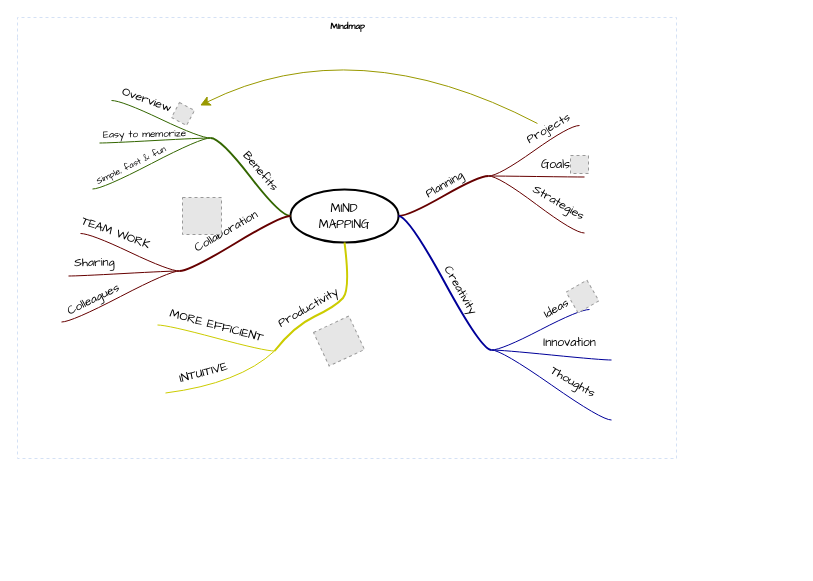
Earlier version of the draw.io diagram 未命名绘图.drawio (McAaronY/my_talent). Source tidied: cells renumbered, new cells numbered last; positions are measured from the earlier drawing's top-left corner, leaving out a move shared by most shapes. Both pictures are drawn from the tidied source at 100%, with x=0, y=0 at pixel (17, 17). Pictures stored in the file or linked from it are replaced by grey dashed boxes.
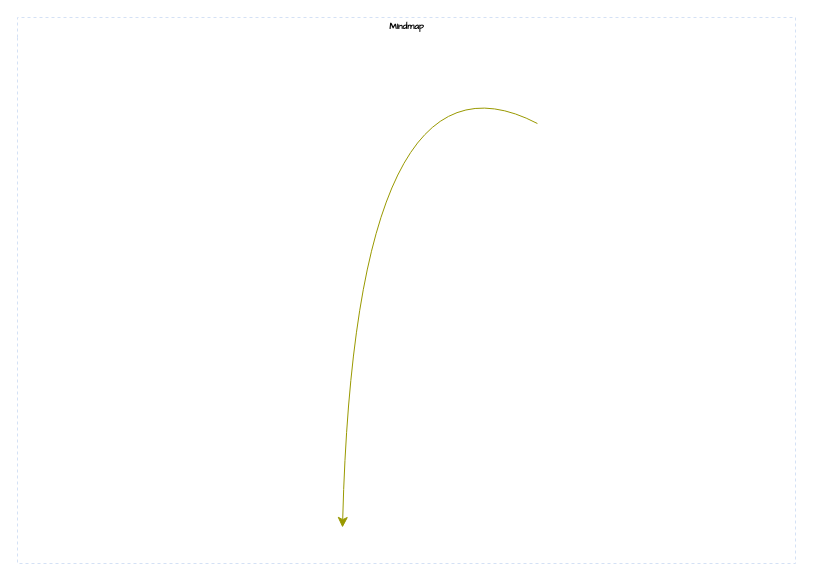
After the change.

The edit, as a diff of the source:
```diff
@@
     <mxCell id="2" value="Mindmap" style="swimlane;html=1;startSize=20;horizontal=1;containerType=tree;labelBackgroundColor=none;strokeColor=#D4E1F5;strokeWidth=1;fillColor=none;fontFamily=Comic Sans MS;fontSize=9;swimlaneLine=0;dashed=1;" parent="1" vertex="1">
-      <mxGeometry width="659" height="441" as="geometry" />
+      <mxGeometry width="778" height="546" as="geometry" />
     </mxCell>
-    <mxCell id="3" value="&lt;font face=&quot;Comic Sans MS&quot;&gt;MIND&lt;br&gt;MAPPING&lt;/font&gt;" style="ellipse;whiteSpace=wrap;html=1;align=center;strokeWidth=2;" parent="2" vertex="1">
-      <mxGeometry x="273" y="172" width="108" height="53" as="geometry" />
-    </mxCell>
-    <mxCell id="4" style="whiteSpace=wrap;html=1;rounded=1;arcSize=50;align=center;verticalAlign=middle;strokeWidth=1;spacing=4;" parent="2" vertex="1">
-      <mxGeometry x="471" y="158" height="1" as="geometry" />
-    </mxCell>
-    <mxCell id="5" style="edgeStyle=entityRelationEdgeStyle;startArrow=none;endArrow=none;segment=10;curved=1;strokeWidth=2;strokeColor=#660000;rounded=0;fontSize=12;startSize=8;endSize=8;" parent="2" edge="1" source="3" target="4">
-      <mxGeometry relative="1" as="geometry" />
-    </mxCell>
-    <mxCell id="6" value="Planning" style="text;html=1;align=center;verticalAlign=middle;labelBackgroundColor=none;rotation=-30;fontFamily=Comic Sans MS;" parent="5" vertex="1">
-      <mxGeometry x="0.02" y="2" relative="1" as="geometry">
-        <mxPoint x="1" y="-9" as="offset" />
-      </mxGeometry>
-    </mxCell>
-    <mxCell id="7" style="whiteSpace=wrap;html=1;rounded=1;arcSize=50;align=center;verticalAlign=middle;strokeWidth=1;spacing=4;" parent="2" vertex="1" collapsed="1">
-      <mxGeometry x="562" y="108" width="5" as="geometry" />
-    </mxCell>
-    <mxCell id="8" style="edgeStyle=entityRelationEdgeStyle;startArrow=none;endArrow=none;segment=10;curved=1;strokeColor=#660000;rounded=0;fontSize=12;startSize=8;endSize=8;" parent="2" edge="1" source="4" target="7">
-      <mxGeometry relative="1" as="geometry" />
-    </mxCell>
-    <mxCell id="9" value="Projects" style="text;html=1;points=[];align=center;verticalAlign=middle;labelBackgroundColor=none;fontFamily=Comic Sans MS;rotation=-30;" parent="8" vertex="1">
-      <mxGeometry x="0.26" relative="1" as="geometry">
-        <mxPoint x="3" y="-14" as="offset" />
-      </mxGeometry>
-    </mxCell>
-    <mxCell id="10" style="whiteSpace=wrap;html=1;rounded=1;arcSize=50;align=center;verticalAlign=middle;strokeWidth=1;spacing=4;" parent="2" vertex="1">
-      <mxGeometry x="567" y="159" height="1" as="geometry" />
-    </mxCell>
-    <mxCell id="11" style="edgeStyle=entityRelationEdgeStyle;startArrow=none;endArrow=none;segment=10;curved=1;strokeColor=#660000;rounded=0;fontSize=12;startSize=8;endSize=8;" parent="2" edge="1" source="4" target="10">
-      <mxGeometry relative="1" as="geometry" />
-    </mxCell>
-    <mxCell id="12" value="Goals" style="text;html=1;align=center;verticalAlign=middle;labelBackgroundColor=none;fontFamily=Comic Sans MS;rotation=0;" parent="11" vertex="1">
-      <mxGeometry x="-0.11" y="-1" relative="1" as="geometry">
-        <mxPoint x="24" y="-12" as="offset" />
-      </mxGeometry>
-    </mxCell>
-    <mxCell id="13" style="whiteSpace=wrap;html=1;rounded=1;arcSize=50;align=center;verticalAlign=middle;strokeWidth=1;spacing=4;" parent="2" vertex="1">
-      <mxGeometry x="567" y="215" height="1" as="geometry" />
-    </mxCell>
-    <mxCell id="14" style="edgeStyle=entityRelationEdgeStyle;startArrow=none;endArrow=none;segment=10;curved=1;strokeColor=#660000;rounded=0;fontSize=12;startSize=8;endSize=8;" parent="2" edge="1" source="4" target="13">
-      <mxGeometry relative="1" as="geometry" />
-    </mxCell>
-    <mxCell id="15" value="Strategies" style="text;html=1;align=center;verticalAlign=middle;labelBackgroundColor=none;fontFamily=Comic Sans MS;rotation=30;" parent="14" vertex="1">
-      <mxGeometry x="-0.11" y="-1" relative="1" as="geometry">
-        <mxPoint x="28" y="1" as="offset" />
-      </mxGeometry>
-    </mxCell>
-    <mxCell id="16" style="whiteSpace=wrap;html=1;rounded=1;arcSize=50;align=center;verticalAlign=middle;strokeWidth=1;spacing=4;" parent="2" vertex="1">
-      <mxGeometry x="474" y="332" height="1" as="geometry" />
-    </mxCell>
-    <mxCell id="17" style="edgeStyle=entityRelationEdgeStyle;startArrow=none;endArrow=none;segment=10;curved=1;strokeWidth=2;strokeColor=#000099;rounded=0;fontSize=12;startSize=8;endSize=8;" parent="2" edge="1" source="3" target="16">
-      <mxGeometry relative="1" as="geometry" />
-    </mxCell>
-    <mxCell id="18" value="Creativity" style="text;html=1;align=center;verticalAlign=middle;labelBackgroundColor=none;rotation=60;fontFamily=Comic Sans MS;" parent="17" vertex="1">
-      <mxGeometry x="0.02" y="2" relative="1" as="geometry">
-        <mxPoint x="13" y="6" as="offset" />
-      </mxGeometry>
-    </mxCell>
-    <mxCell id="19" style="whiteSpace=wrap;html=1;rounded=1;arcSize=50;align=center;verticalAlign=middle;strokeWidth=1;spacing=4;" parent="2" vertex="1">
-      <mxGeometry x="572" y="292" width="5" as="geometry" />
-    </mxCell>
-    <mxCell id="20" style="edgeStyle=entityRelationEdgeStyle;startArrow=none;endArrow=none;segment=10;curved=1;strokeColor=#000099;rounded=0;fontSize=12;startSize=8;endSize=8;" parent="2" edge="1" source="16" target="19">
-      <mxGeometry relative="1" as="geometry" />
-    </mxCell>
-    <mxCell id="21" value="Ideas" style="text;html=1;align=center;verticalAlign=middle;labelBackgroundColor=none;fontFamily=Comic Sans MS;rotation=-30;" parent="20" vertex="1">
-      <mxGeometry x="0.26" relative="1" as="geometry">
-        <mxPoint x="3" y="-14" as="offset" />
-      </mxGeometry>
-    </mxCell>
-    <mxCell id="22" style="whiteSpace=wrap;html=1;rounded=1;arcSize=50;align=center;verticalAlign=middle;strokeWidth=1;spacing=4;" parent="2" vertex="1">
-      <mxGeometry x="594" y="342" height="1" as="geometry" />
-    </mxCell>
-    <mxCell id="23" style="edgeStyle=entityRelationEdgeStyle;startArrow=none;endArrow=none;segment=10;curved=1;strokeColor=#000099;rounded=0;fontSize=12;startSize=8;endSize=8;" parent="2" edge="1" source="16" target="22">
-      <mxGeometry relative="1" as="geometry" />
-    </mxCell>
-    <mxCell id="24" value="Innovation" style="text;html=1;align=center;verticalAlign=middle;labelBackgroundColor=none;fontFamily=Comic Sans MS;rotation=0;" parent="23" vertex="1">
-      <mxGeometry x="-0.11" y="-1" relative="1" as="geometry">
-        <mxPoint x="24" y="-12" as="offset" />
-      </mxGeometry>
-    </mxCell>
-    <mxCell id="25" style="whiteSpace=wrap;html=1;rounded=1;arcSize=50;align=center;verticalAlign=middle;strokeWidth=1;spacing=4;" parent="2" vertex="1">
-      <mxGeometry x="594" y="402" height="1" as="geometry" />
-    </mxCell>
-    <mxCell id="26" style="edgeStyle=entityRelationEdgeStyle;startArrow=none;endArrow=none;segment=10;curved=1;strokeColor=#000099;rounded=0;fontSize=12;startSize=8;endSize=8;" parent="2" edge="1" source="16" target="25">
-      <mxGeometry relative="1" as="geometry" />
-    </mxCell>
-    <mxCell id="27" value="Thoughts" style="text;html=1;align=center;verticalAlign=middle;labelBackgroundColor=none;fontFamily=Comic Sans MS;rotation=30;" parent="26" vertex="1">
-      <mxGeometry x="-0.11" y="-1" relative="1" as="geometry">
-        <mxPoint x="28" y="1" as="offset" />
-      </mxGeometry>
-    </mxCell>
-    <mxCell id="28" style="fillColor=#E6E6E6;strokeColor=#999999;dashed=1;html=1;verticalAlign=top;verticalLabelPosition=bottom;labelBackgroundColor=#ffffff;fontFamily=Comic Sans MS;rotation=-30;" parent="2" vertex="1">
-      <mxGeometry x="553" y="267" width="24" height="24" as="geometry" />
-    </mxCell>
-    <mxCell id="29" style="edgeStyle=entityRelationEdgeStyle;jumpStyle=arc;html=1;endArrow=classicThin;endFill=1;jettySize=auto;strokeColor=none;strokeWidth=2;fontFamily=Comic Sans MS;rounded=0;fontSize=12;startSize=8;endSize=8;curved=1;" parent="2" edge="1" source="19" target="28">
-      <mxGeometry relative="1" as="geometry" />
-    </mxCell>
-    <mxCell id="30" style="fillColor=#E6E6E6;strokeColor=#999999;dashed=1;html=1;verticalAlign=top;verticalLabelPosition=bottom;labelBackgroundColor=#ffffff;fontFamily=Comic Sans MS;" parent="2" vertex="1">
-      <mxGeometry x="553" y="138" width="18" height="18" as="geometry" />
-    </mxCell>
-    <mxCell id="31" style="edgeStyle=entityRelationEdgeStyle;jumpStyle=arc;html=1;endArrow=classicThin;endFill=1;jettySize=auto;strokeColor=none;strokeWidth=2;fontFamily=Comic Sans MS;rounded=0;fontSize=12;startSize=8;endSize=8;curved=1;" parent="2" edge="1" source="10" target="30">
-      <mxGeometry relative="1" as="geometry" />
-    </mxCell>
-    <mxCell id="32" style="whiteSpace=wrap;html=1;rounded=1;arcSize=50;align=center;verticalAlign=middle;strokeWidth=1;spacing=4;" parent="2" vertex="1">
-      <mxGeometry x="193" y="120" height="1" as="geometry" />
-    </mxCell>
-    <mxCell id="33" style="edgeStyle=entityRelationEdgeStyle;startArrow=none;endArrow=none;segment=10;curved=1;strokeWidth=2;strokeColor=#336600;rounded=0;fontSize=12;startSize=8;endSize=8;" parent="2" edge="1" source="3" target="32">
-      <mxGeometry relative="1" as="geometry" />
-    </mxCell>
-    <mxCell id="34" value="Benefits" style="text;html=1;align=center;verticalAlign=middle;labelBackgroundColor=none;rotation=50;fontFamily=Comic Sans MS;" parent="33" vertex="1">
-      <mxGeometry x="0.02" y="2" relative="1" as="geometry">
-        <mxPoint x="12" y="-7" as="offset" />
-      </mxGeometry>
-    </mxCell>
-    <mxCell id="35" style="whiteSpace=wrap;html=1;rounded=1;arcSize=50;align=center;verticalAlign=middle;strokeWidth=1;spacing=4;" parent="2" vertex="1">
-      <mxGeometry x="75" y="171" height="1" as="geometry" />
-    </mxCell>
-    <mxCell id="36" style="edgeStyle=entityRelationEdgeStyle;startArrow=none;endArrow=none;segment=10;curved=1;strokeColor=#336600;rounded=0;fontSize=12;startSize=8;endSize=8;" parent="2" edge="1" source="32" target="35">
-      <mxGeometry relative="1" as="geometry" />
-    </mxCell>
-    <mxCell id="37" value="Simple, fast &amp;amp; fun" style="text;html=1;align=center;verticalAlign=middle;labelBackgroundColor=none;fontFamily=Comic Sans MS;rotation=-26;fontSize=9;" parent="36" vertex="1">
-      <mxGeometry x="-0.11" y="-1" relative="1" as="geometry">
-        <mxPoint x="-27" y="7" as="offset" />
-      </mxGeometry>
-    </mxCell>
-    <mxCell id="38" style="whiteSpace=wrap;html=1;rounded=1;arcSize=50;align=center;verticalAlign=middle;strokeWidth=1;spacing=4;" parent="2" vertex="1">
-      <mxGeometry x="82" y="125" height="1" as="geometry" />
-    </mxCell>
-    <mxCell id="39" style="edgeStyle=entityRelationEdgeStyle;startArrow=none;endArrow=none;segment=10;curved=1;strokeColor=#336600;rounded=0;fontSize=12;startSize=8;endSize=8;" parent="2" edge="1" source="32" target="38">
-      <mxGeometry relative="1" as="geometry" />
-    </mxCell>
-    <mxCell id="40" value="Easy to memorize" style="text;html=1;align=center;verticalAlign=middle;labelBackgroundColor=none;fontFamily=Comic Sans MS;rotation=-1;fontSize=10;" parent="39" vertex="1">
-      <mxGeometry x="-0.11" y="-1" relative="1" as="geometry">
-        <mxPoint x="-18" y="-6" as="offset" />
-      </mxGeometry>
-    </mxCell>
-    <mxCell id="41" style="whiteSpace=wrap;html=1;rounded=1;arcSize=50;align=center;verticalAlign=middle;strokeWidth=1;spacing=4;" parent="2" vertex="1" collapsed="1">
-      <mxGeometry x="89" y="83" width="5" as="geometry" />
-    </mxCell>
-    <mxCell id="42" style="edgeStyle=entityRelationEdgeStyle;startArrow=none;endArrow=none;segment=10;curved=1;strokeColor=#336600;rounded=0;fontSize=12;startSize=8;endSize=8;" parent="2" edge="1" source="32" target="41">
-      <mxGeometry relative="1" as="geometry" />
-    </mxCell>
-    <mxCell id="43" value="Overview" style="text;html=1;align=center;verticalAlign=middle;labelBackgroundColor=none;fontFamily=Comic Sans MS;rotation=20;" parent="42" vertex="1">
-      <mxGeometry x="0.26" relative="1" as="geometry">
-        <mxPoint x="-2" y="-13" as="offset" />
-      </mxGeometry>
-    </mxCell>
-    <mxCell id="44" style="fillColor=#E6E6E6;strokeColor=#999999;dashed=1;html=1;verticalAlign=top;verticalLabelPosition=bottom;labelBackgroundColor=#ffffff;fontFamily=Comic Sans MS;fontSize=10;rotation=28;" parent="2" vertex="1">
-      <mxGeometry x="157" y="88" width="17" height="17" as="geometry" />
-    </mxCell>
-    <mxCell id="45" style="endArrow=classic;html=1;curved=1;sourcePerimeterSpacing=10;strokeColor=#999900;targetPerimeterSpacing=7;rounded=0;fontSize=12;startSize=8;endSize=8;" parent="2" edge="1" source="9" target="44">
+    <mxCell id="45" style="endArrow=classic;html=1;curved=1;sourcePerimeterSpacing=10;strokeColor=#999900;targetPerimeterSpacing=7;rounded=0;fontSize=12;startSize=8;endSize=8;" parent="2" edge="1">
       <mxGeometry relative="1" as="geometry">
+        <mxPoint x="519.9" y="106" as="sourcePoint" />
+        <mxPoint x="325" y="510" as="targetPoint" />
         <Array as="points">
           <mxPoint x="338" y="11" />
         </Array>
       </mxGeometry>
     </mxCell>
-    <mxCell id="46" style="jumpStyle=arc;html=1;endArrow=classicThin;endFill=1;jettySize=auto;strokeColor=none;strokeWidth=2;fontFamily=Comic Sans MS;fontSize=10;rounded=0;startSize=8;endSize=8;curved=1;" parent="2" edge="1" source="32" target="44">
-      <mxGeometry relative="1" as="geometry" />
-    </mxCell>
-    <mxCell id="47" style="whiteSpace=wrap;html=1;rounded=1;arcSize=50;align=center;verticalAlign=middle;strokeWidth=1;spacing=4;" parent="2" vertex="1">
-      <mxGeometry x="162" y="253" height="1" as="geometry" />
-    </mxCell>
-    <mxCell id="48" style="edgeStyle=entityRelationEdgeStyle;startArrow=none;endArrow=none;segment=10;curved=1;strokeWidth=2;strokeColor=#660000;rounded=0;fontSize=12;startSize=8;endSize=8;" parent="2" edge="1" source="3" target="47">
-      <mxGeometry relative="1" as="geometry" />
-    </mxCell>
-    <mxCell id="49" value="Collaboration" style="text;html=1;align=center;verticalAlign=middle;labelBackgroundColor=none;rotation=-30;fontFamily=Comic Sans MS;" parent="48" vertex="1">
-      <mxGeometry x="0.02" y="2" relative="1" as="geometry">
-        <mxPoint x="-10" y="-13" as="offset" />
-      </mxGeometry>
-    </mxCell>
-    <mxCell id="50" style="whiteSpace=wrap;html=1;rounded=1;arcSize=50;align=center;verticalAlign=middle;strokeWidth=1;spacing=4;" parent="2" vertex="1">
-      <mxGeometry x="44" y="304" height="1" as="geometry" />
-    </mxCell>
-    <mxCell id="51" style="edgeStyle=entityRelationEdgeStyle;startArrow=none;endArrow=none;segment=10;curved=1;strokeColor=#660000;rounded=0;fontSize=12;startSize=8;endSize=8;" parent="2" edge="1" source="47" target="50">
-      <mxGeometry relative="1" as="geometry" />
-    </mxCell>
-    <mxCell id="52" value="Colleagues" style="text;html=1;align=center;verticalAlign=middle;labelBackgroundColor=none;fontFamily=Comic Sans MS;rotation=-26;fontSize=12;" parent="51" vertex="1">
-      <mxGeometry x="-0.11" y="-1" relative="1" as="geometry">
-        <mxPoint x="-34" y="8" as="offset" />
-      </mxGeometry>
-    </mxCell>
-    <mxCell id="53" style="whiteSpace=wrap;html=1;rounded=1;arcSize=50;align=center;verticalAlign=middle;strokeWidth=1;spacing=4;" parent="2" vertex="1">
-      <mxGeometry x="51" y="258" height="1" as="geometry" />
-    </mxCell>
-    <mxCell id="54" style="edgeStyle=entityRelationEdgeStyle;startArrow=none;endArrow=none;segment=10;curved=1;strokeColor=#660000;rounded=0;fontSize=12;startSize=8;endSize=8;" parent="2" edge="1" source="47" target="53">
-      <mxGeometry relative="1" as="geometry" />
-    </mxCell>
-    <mxCell id="55" value="Sharing" style="text;html=1;align=center;verticalAlign=middle;labelBackgroundColor=none;fontFamily=Comic Sans MS;rotation=-1;fontSize=12;" parent="54" vertex="1">
-      <mxGeometry x="-0.11" y="-1" relative="1" as="geometry">
-        <mxPoint x="-37" y="-9" as="offset" />
-      </mxGeometry>
-    </mxCell>
-    <mxCell id="56" style="whiteSpace=wrap;html=1;rounded=1;arcSize=50;align=center;verticalAlign=middle;strokeWidth=1;spacing=4;" parent="2" vertex="1" collapsed="1">
-      <mxGeometry x="58" y="216" width="5" as="geometry" />
-    </mxCell>
-    <mxCell id="57" style="edgeStyle=entityRelationEdgeStyle;startArrow=none;endArrow=none;segment=10;curved=1;strokeColor=#660000;rounded=0;fontSize=12;startSize=8;endSize=8;" parent="2" edge="1" source="47" target="56">
-      <mxGeometry relative="1" as="geometry" />
-    </mxCell>
-    <mxCell id="58" value="TEAM WORK" style="text;html=1;align=center;verticalAlign=middle;labelBackgroundColor=none;fontFamily=Comic Sans MS;rotation=20;" parent="57" vertex="1">
-      <mxGeometry x="0.26" relative="1" as="geometry">
-        <mxPoint x="-2" y="-13" as="offset" />
-      </mxGeometry>
-    </mxCell>
-    <mxCell id="59" style="fillColor=#E6E6E6;strokeColor=#999999;dashed=1;html=1;verticalAlign=top;verticalLabelPosition=bottom;labelBackgroundColor=#ffffff;fontFamily=Comic Sans MS;fontSize=12;fontColor=#000000;align=center;" parent="2" vertex="1">
-      <mxGeometry x="165" y="180" width="39" height="37" as="geometry" />
-    </mxCell>
-    <mxCell id="60" style="edgeStyle=none;jumpStyle=arc;html=1;entryX=0.5;entryY=1;entryPerimeter=0;endArrow=classicThin;endFill=1;jettySize=auto;strokeColor=none;strokeWidth=2;fontFamily=Comic Sans MS;fontSize=12;rounded=0;startSize=8;endSize=8;curved=1;" parent="2" edge="1" source="47" target="59">
-      <mxGeometry relative="1" as="geometry" />
-    </mxCell>
-    <mxCell id="61" style="whiteSpace=wrap;html=1;rounded=1;arcSize=50;align=center;verticalAlign=middle;strokeWidth=1;spacing=4;" parent="2" vertex="1">
-      <mxGeometry x="257" y="333" height="1" as="geometry" />
-    </mxCell>
-    <mxCell id="62" style="startArrow=none;endArrow=none;segment=10;strokeWidth=2;strokeColor=#CCCC00;exitX=0.5;exitY=1;curved=1;rounded=0;fontSize=12;startSize=8;endSize=8;" parent="2" edge="1" source="3" target="61">
-      <mxGeometry relative="1" as="geometry">
-        <Array as="points">
-          <mxPoint x="333" y="272" />
-          <mxPoint x="318" y="289" />
-          <mxPoint x="276" y="309" />
-        </Array>
-      </mxGeometry>
-    </mxCell>
-    <mxCell id="63" value="Productivity" style="text;html=1;align=center;verticalAlign=middle;labelBackgroundColor=none;rotation=-30;fontFamily=Comic Sans MS;" parent="62" vertex="1">
-      <mxGeometry x="0.02" y="2" relative="1" as="geometry">
-        <mxPoint x="-24" y="-2" as="offset" />
-      </mxGeometry>
-    </mxCell>
-    <mxCell id="64" style="whiteSpace=wrap;html=1;rounded=1;arcSize=50;align=center;verticalAlign=middle;strokeWidth=1;spacing=4;" parent="2" vertex="1">
-      <mxGeometry x="148" y="375" height="1" as="geometry" />
-    </mxCell>
-    <mxCell id="65" style="startArrow=none;endArrow=none;segment=10;strokeColor=#CCCC00;curved=1;rounded=0;fontSize=12;startSize=8;endSize=8;" parent="2" edge="1" source="61" target="64">
-      <mxGeometry relative="1" as="geometry">
-        <Array as="points">
-          <mxPoint x="222" y="366" />
-        </Array>
-      </mxGeometry>
-    </mxCell>
-    <mxCell id="66" value="INTUITIVE" style="text;html=1;align=center;verticalAlign=middle;labelBackgroundColor=none;fontFamily=Comic Sans MS;rotation=-15;fontSize=12;" parent="65" vertex="1">
-      <mxGeometry x="-0.11" y="-1" relative="1" as="geometry">
-        <mxPoint x="-30" y="-10" as="offset" />
-      </mxGeometry>
-    </mxCell>
-    <mxCell id="67" style="whiteSpace=wrap;html=1;rounded=1;arcSize=50;align=center;verticalAlign=middle;strokeWidth=1;spacing=4;" parent="2" vertex="1">
-      <mxGeometry x="140" y="307" height="1" as="geometry" />
-    </mxCell>
-    <mxCell id="68" style="edgeStyle=entityRelationEdgeStyle;startArrow=none;endArrow=none;segment=10;curved=1;strokeColor=#CCCC00;rounded=0;fontSize=12;startSize=8;endSize=8;" parent="2" edge="1" source="61" target="67">
-      <mxGeometry relative="1" as="geometry" />
-    </mxCell>
-    <mxCell id="69" value="MORE EFFICIENT" style="text;html=1;align=center;verticalAlign=middle;labelBackgroundColor=none;fontFamily=Comic Sans MS;rotation=15;fontSize=12;" parent="68" vertex="1">
-      <mxGeometry x="-0.11" y="-1" relative="1" as="geometry">
-        <mxPoint x="-6" y="-13" as="offset" />
-      </mxGeometry>
-    </mxCell>
-    <mxCell id="70" style="fillColor=#E6E6E6;strokeColor=#999999;dashed=1;html=1;verticalAlign=top;verticalLabelPosition=bottom;labelBackgroundColor=#ffffff;fontFamily=Comic Sans MS;fontSize=12;fontColor=#000000;align=center;rotation=-25;" parent="2" vertex="1">
-      <mxGeometry x="302" y="305" width="39" height="37" as="geometry" />
-    </mxCell>
-    <mxCell id="71" style="edgeStyle=none;jumpStyle=arc;html=1;entryX=0.5;entryY=1;entryPerimeter=0;endArrow=classicThin;endFill=1;jettySize=auto;strokeColor=none;strokeWidth=2;fontFamily=Comic Sans MS;fontSize=12;rounded=0;startSize=8;endSize=8;curved=1;" parent="2" edge="1" source="61" target="70">
-      <mxGeometry relative="1" as="geometry" />
-    </mxCell>
```
